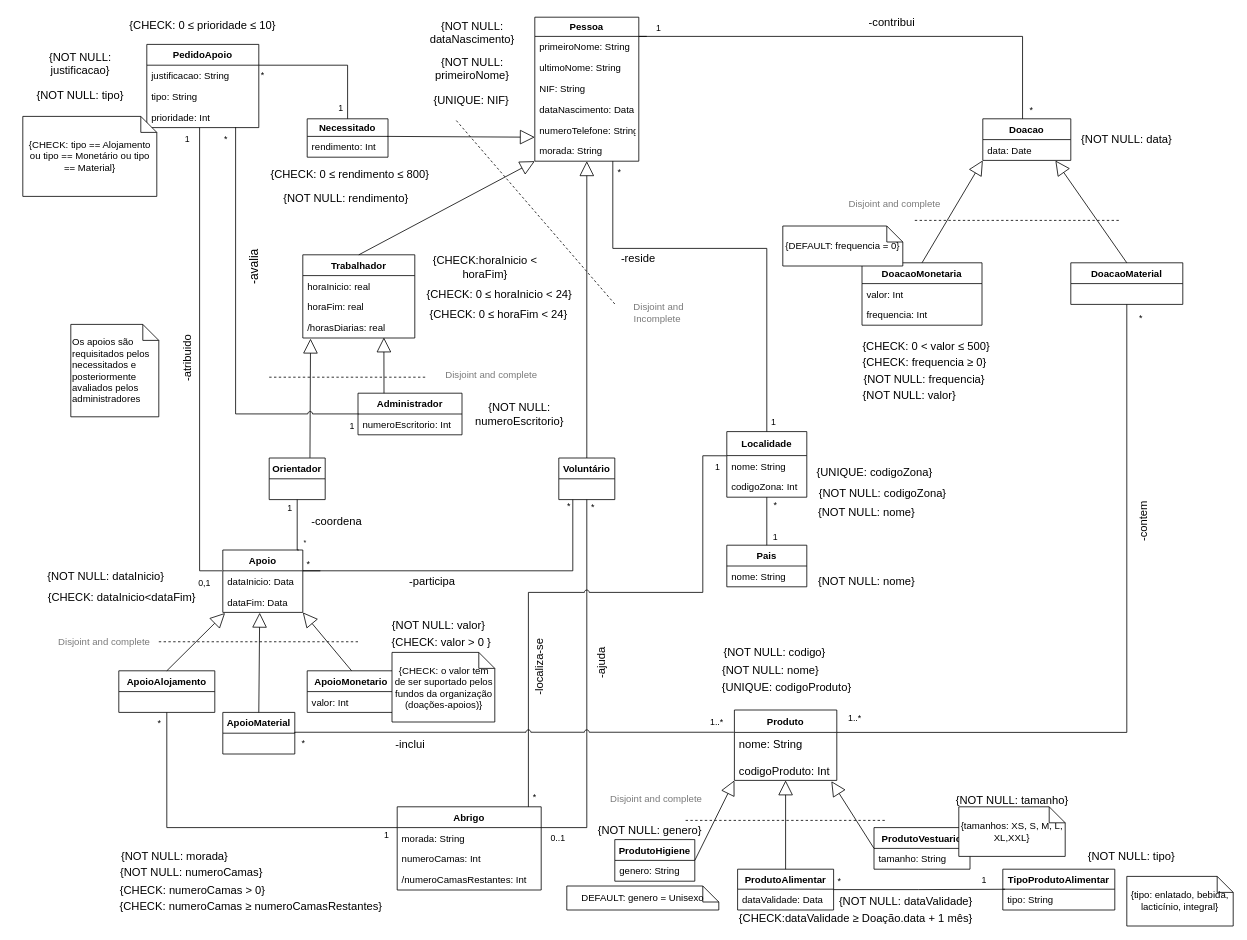
Earlier version of the draw.io diagram Delivery_I/diagram.drawio (francisco-rente/FEUP-BDAD). Source tidied: cells renumbered, new cells numbered last; positions are measured from the earlier drawing's top-left corner, leaving out a move shared by most shapes. Both pictures are drawn from the tidied source at 80%, with x=0, y=0 at pixel (22, 14).
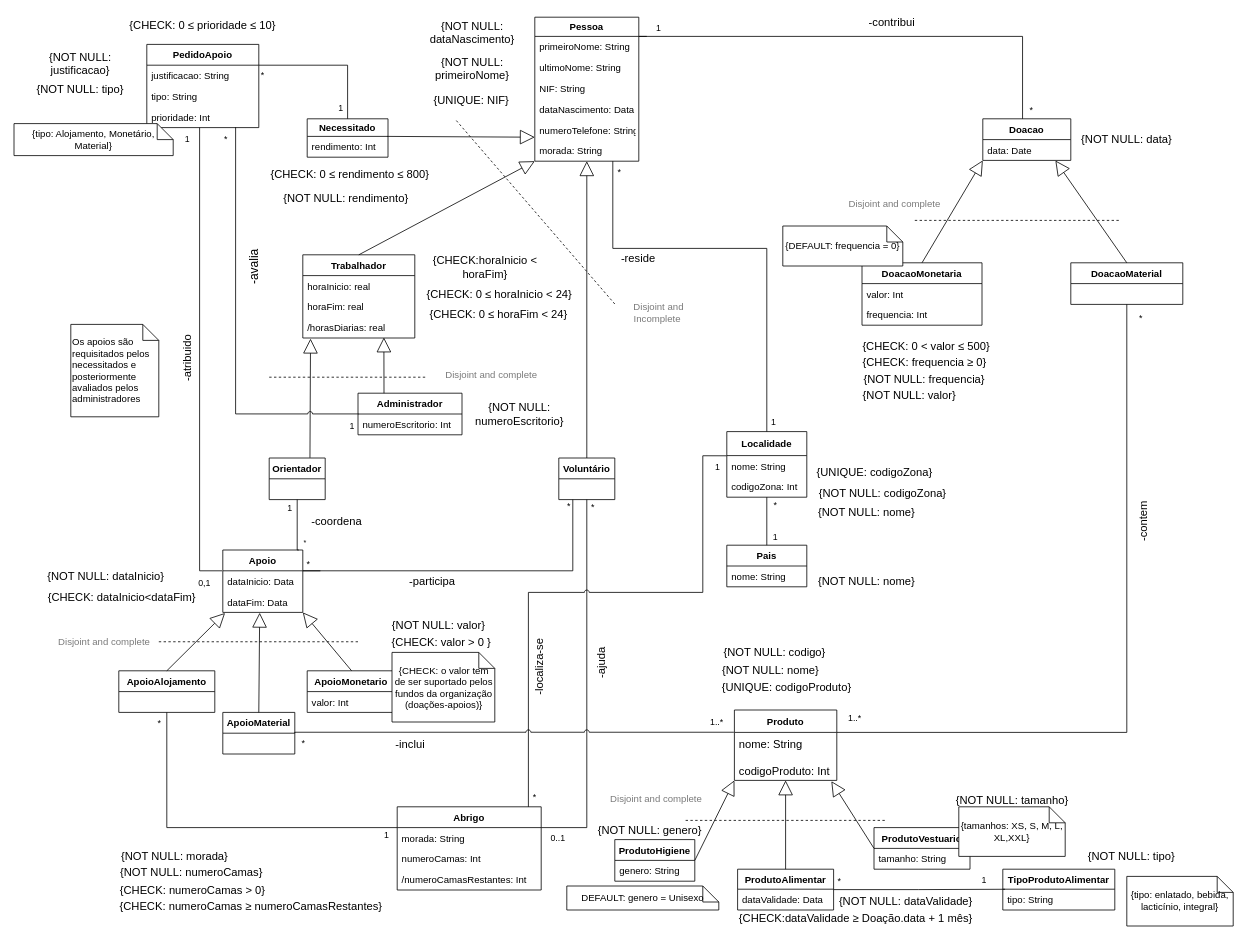
Above is the later version.

Commit message (it also covers changes not shown here):
changed check comment

Change to the diagram source:
```diff
@@
     <mxCell id="152" value="&lt;font style=&quot;font-size: 14px&quot;&gt;{NOT NULL: tipo} &lt;/font&gt;" style="text;html=1;strokeColor=none;fillColor=none;align=center;verticalAlign=middle;whiteSpace=wrap;rounded=0;fontSize=12;" parent="1" vertex="1">
-      <mxGeometry y="86" width="143.5" height="32" as="geometry" />
+      <mxGeometry y="78" width="143.5" height="32" as="geometry" />
     </mxCell>
-    <mxCell id="153" value="{CHECK: tipo == Alojamento ou tipo == Monetário ou tipo == Material}" style="shape=note;size=20;whiteSpace=wrap;html=1;" parent="1" vertex="1">
-      <mxGeometry y="128" width="167.5" height="100" as="geometry" />
+    <mxCell id="153" value="{tipo: Alojamento, Monetário, Material}" style="shape=note;size=20;whiteSpace=wrap;html=1;" parent="1" vertex="1">
+      <mxGeometry x="-11" y="137" width="199" height="40" as="geometry" />
     </mxCell>
```
